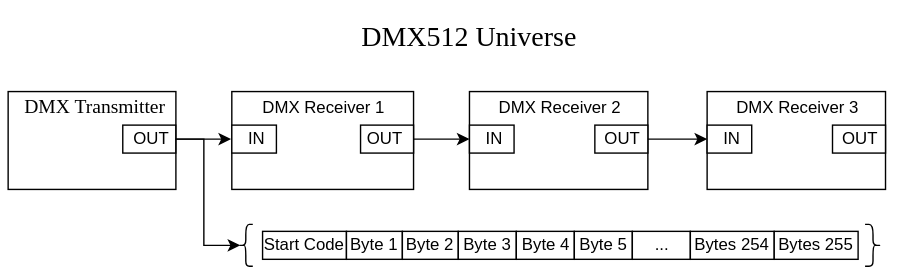
jfcbooth/block_diagrams keeps this draw.io diagram as DMX_data.drawio.svg. Above is the earlier version. Source tidied: cells renumbered, new cells last; positions are measured from the earlier drawing's top-left corner, leaving out a move shared by most shapes. The source it was exported from:
```xml
<mxGraphModel>
  <root>
    <mxCell id="0" />
    <mxCell id="1" parent="0" />
    <mxCell id="2" value="&lt;font face=&quot;Calibri&quot; style=&quot;font-size: 20px;&quot;&gt;DMX512 Universe&lt;/font&gt;" style="text;html=1;strokeColor=none;fillColor=none;align=center;verticalAlign=middle;whiteSpace=wrap;rounded=0;" parent="1" vertex="1">
      <mxGeometry x="245" width="170" height="40" as="geometry" />
    </mxCell>
    <mxCell id="3" style="group;" parent="1" vertex="1">
      <mxGeometry x="160" y="60" width="130" height="70" as="geometry" />
    </mxCell>
    <mxCell id="4" style="rounded=0;whiteSpace=wrap;html=1;" parent="3" vertex="1">
      <mxGeometry width="130" height="70" as="geometry" />
    </mxCell>
    <mxCell id="5" value="&lt;div align=&quot;center&quot;&gt;DMX Receiver 1&lt;br&gt;&lt;/div&gt;" style="text;whiteSpace=wrap;html=1;align=center;" parent="3" vertex="1">
      <mxGeometry x="1" y="-2" width="130" height="30" as="geometry" />
    </mxCell>
    <mxCell id="6" style="group;" parent="3" vertex="1">
      <mxGeometry y="20" width="31.9" height="24" as="geometry" />
    </mxCell>
    <mxCell id="7" style="group;" parent="6" vertex="1">
      <mxGeometry width="31.9" height="24" as="geometry" />
    </mxCell>
    <mxCell id="8" style="rounded=0;whiteSpace=wrap;html=1;" parent="7" vertex="1">
      <mxGeometry y="4" width="31.9" height="20" as="geometry" />
    </mxCell>
    <mxCell id="9" value="&lt;div align=&quot;justify&quot;&gt;IN&lt;/div&gt;" style="text;whiteSpace=wrap;html=1;" parent="7" vertex="1">
      <mxGeometry x="9.6" width="16" height="20" as="geometry" />
    </mxCell>
    <mxCell id="10" style="rounded=0;whiteSpace=wrap;html=1;" parent="3" vertex="1">
      <mxGeometry x="92.1" y="24" width="37.9" height="20" as="geometry" />
    </mxCell>
    <mxCell id="11" style="edgeStyle=orthogonalEdgeStyle;rounded=0;jettySize=auto;html=1;exitX=1;exitY=0.5;exitDx=0;exitDy=0;entryX=0;entryY=0.5;entryDx=0;entryDy=0;" parent="1" edge="1" source="10" target="20">
      <mxGeometry relative="1" as="geometry" />
    </mxCell>
    <mxCell id="12" style="group;" parent="1" vertex="1">
      <mxGeometry x="330" y="60" width="130" height="70" as="geometry" />
    </mxCell>
    <mxCell id="13" style="rounded=0;whiteSpace=wrap;html=1;" parent="12" vertex="1">
      <mxGeometry width="127.6" height="70" as="geometry" />
    </mxCell>
    <mxCell id="14" value="&lt;div align=&quot;center&quot;&gt;DMX Receiver 2&lt;br&gt;&lt;/div&gt;" style="text;whiteSpace=wrap;html=1;align=center;" parent="12" vertex="1">
      <mxGeometry y="-2" width="130" height="30" as="geometry" />
    </mxCell>
    <mxCell id="15" style="group;" parent="12" vertex="1">
      <mxGeometry x="99.7" y="20" width="30.3" height="24" as="geometry" />
    </mxCell>
    <mxCell id="16" style="rounded=0;whiteSpace=wrap;html=1;" parent="15" vertex="1">
      <mxGeometry x="-10" y="4" width="37.9" height="20" as="geometry" />
    </mxCell>
    <mxCell id="17" value="&lt;div align=&quot;justify&quot;&gt;OUT&lt;/div&gt;" style="text;whiteSpace=wrap;html=1;" parent="15" vertex="1">
      <mxGeometry x="-5" width="27.9" height="10" as="geometry" />
    </mxCell>
    <mxCell id="18" style="group;" parent="12" vertex="1">
      <mxGeometry y="20" width="31.9" height="24" as="geometry" />
    </mxCell>
    <mxCell id="19" style="group;" parent="18" vertex="1">
      <mxGeometry width="31.9" height="24" as="geometry" />
    </mxCell>
    <mxCell id="20" style="rounded=0;whiteSpace=wrap;html=1;" parent="19" vertex="1">
      <mxGeometry y="4" width="31.9" height="20" as="geometry" />
    </mxCell>
    <mxCell id="21" value="&lt;div align=&quot;justify&quot;&gt;IN&lt;/div&gt;" style="text;whiteSpace=wrap;html=1;" parent="19" vertex="1">
      <mxGeometry x="9.6" width="16" height="20" as="geometry" />
    </mxCell>
    <mxCell id="22" style="group;" parent="1" vertex="1">
      <mxGeometry x="500" y="60" width="130" height="70" as="geometry" />
    </mxCell>
    <mxCell id="23" style="rounded=0;whiteSpace=wrap;html=1;" parent="22" vertex="1">
      <mxGeometry width="127.6" height="70" as="geometry" />
    </mxCell>
    <mxCell id="24" value="&lt;div align=&quot;center&quot;&gt;DMX Receiver 3&lt;br&gt;&lt;/div&gt;" style="text;whiteSpace=wrap;html=1;align=center;" parent="22" vertex="1">
      <mxGeometry y="-2" width="130" height="30" as="geometry" />
    </mxCell>
    <mxCell id="25" style="group;" parent="22" vertex="1">
      <mxGeometry x="99.7" y="20" width="30.3" height="24" as="geometry" />
    </mxCell>
    <mxCell id="26" style="rounded=0;whiteSpace=wrap;html=1;" parent="25" vertex="1">
      <mxGeometry x="-10" y="4" width="37.9" height="20" as="geometry" />
    </mxCell>
    <mxCell id="27" value="&lt;div align=&quot;justify&quot;&gt;OUT&lt;/div&gt;" style="text;whiteSpace=wrap;html=1;" parent="25" vertex="1">
      <mxGeometry x="-5" width="27.9" height="10" as="geometry" />
    </mxCell>
    <mxCell id="28" style="group;" parent="22" vertex="1">
      <mxGeometry y="20" width="31.9" height="24" as="geometry" />
    </mxCell>
    <mxCell id="29" style="group;" parent="28" vertex="1">
      <mxGeometry width="31.9" height="24" as="geometry" />
    </mxCell>
    <mxCell id="30" style="rounded=0;whiteSpace=wrap;html=1;" parent="29" vertex="1">
      <mxGeometry y="4" width="31.9" height="20" as="geometry" />
    </mxCell>
    <mxCell id="31" value="&lt;div align=&quot;justify&quot;&gt;IN&lt;/div&gt;" style="text;whiteSpace=wrap;html=1;" parent="29" vertex="1">
      <mxGeometry x="9.6" width="16" height="20" as="geometry" />
    </mxCell>
    <mxCell id="32" style="edgeStyle=orthogonalEdgeStyle;rounded=0;jettySize=auto;html=1;exitX=1;exitY=0.5;exitDx=0;exitDy=0;entryX=0;entryY=0.5;entryDx=0;entryDy=0;" parent="1" edge="1" source="16" target="30">
      <mxGeometry relative="1" as="geometry" />
    </mxCell>
    <mxCell id="33" style="group;" parent="1" vertex="1">
      <mxGeometry y="60" width="157.9" height="70" as="geometry" />
    </mxCell>
    <mxCell id="34" style="rounded=0;whiteSpace=wrap;html=1;" parent="33" vertex="1">
      <mxGeometry width="120" height="70" as="geometry" />
    </mxCell>
    <mxCell id="35" style="rounded=0;whiteSpace=wrap;html=1;" parent="33" vertex="1">
      <mxGeometry x="82" y="24" width="37.9" height="20" as="geometry" />
    </mxCell>
    <mxCell id="36" style="group;" parent="33" vertex="1">
      <mxGeometry x="85" y="20" width="38" height="30" as="geometry" />
    </mxCell>
    <mxCell id="37" value="&lt;div align=&quot;justify&quot;&gt;OUT&lt;/div&gt;" style="text;whiteSpace=wrap;html=1;" parent="36" vertex="1">
      <mxGeometry x="3" width="35" height="20" as="geometry" />
    </mxCell>
    <mxCell id="38" style="edgeStyle=orthogonalEdgeStyle;rounded=0;orthogonalLoop=1;jettySize=auto;html=1;exitX=0.5;exitY=1;exitDx=0;exitDy=0;" parent="36" edge="1" source="37" target="37">
      <mxGeometry relative="1" as="geometry" />
    </mxCell>
    <mxCell id="39" value="&lt;div align=&quot;justify&quot;&gt;OUT&lt;/div&gt;" style="text;whiteSpace=wrap;html=1;" parent="1" vertex="1">
      <mxGeometry x="254.7" y="80" width="27.9" height="10" as="geometry" />
    </mxCell>
    <mxCell id="40" style="edgeStyle=orthogonalEdgeStyle;rounded=0;jettySize=auto;html=1;exitX=1;exitY=0.5;exitDx=0;exitDy=0;entryX=-0.018;entryY=0.501;entryDx=0;entryDy=0;entryPerimeter=0;" parent="1" edge="1" source="35" target="8">
      <mxGeometry relative="1" as="geometry" />
    </mxCell>
    <mxCell id="41" style="shape=curlyBracket;whiteSpace=wrap;html=1;rounded=1;labelPosition=left;verticalLabelPosition=middle;align=right;verticalAlign=middle;size=0.5;" parent="1" vertex="1">
      <mxGeometry x="165" y="155" width="10" height="30" as="geometry" />
    </mxCell>
    <mxCell id="42" style="edgeStyle=orthogonalEdgeStyle;rounded=0;jettySize=auto;html=1;exitX=1;exitY=0.5;exitDx=0;exitDy=0;entryX=0.1;entryY=0.5;entryDx=0;entryDy=0;entryPerimeter=0;" parent="1" edge="1" source="35" target="41">
      <mxGeometry relative="1" as="geometry">
        <Array as="points">
          <mxPoint x="140" y="94" />
          <mxPoint x="140" y="170" />
        </Array>
      </mxGeometry>
    </mxCell>
    <mxCell id="43" value="Start Code" style="rounded=0;whiteSpace=wrap;html=1;" parent="1" vertex="1">
      <mxGeometry x="182" y="160" width="60" height="20" as="geometry" />
    </mxCell>
    <mxCell id="44" value="Byte 1" style="rounded=0;whiteSpace=wrap;html=1;" parent="1" vertex="1">
      <mxGeometry x="242" y="160" width="40" height="20" as="geometry" />
    </mxCell>
    <mxCell id="45" value="Byte 2" style="rounded=0;whiteSpace=wrap;html=1;" parent="1" vertex="1">
      <mxGeometry x="282" y="160" width="40" height="20" as="geometry" />
    </mxCell>
    <mxCell id="46" value="Byte 3" style="rounded=0;whiteSpace=wrap;html=1;" parent="1" vertex="1">
      <mxGeometry x="322" y="160" width="41.5" height="20" as="geometry" />
    </mxCell>
    <mxCell id="47" value="Byte 4" style="rounded=0;whiteSpace=wrap;html=1;" parent="1" vertex="1">
      <mxGeometry x="363.5" y="160" width="41.5" height="20" as="geometry" />
    </mxCell>
    <mxCell id="48" value="Byte 5" style="rounded=0;whiteSpace=wrap;html=1;" parent="1" vertex="1">
      <mxGeometry x="405" y="160" width="41.5" height="20" as="geometry" />
    </mxCell>
    <mxCell id="49" value="..." style="rounded=0;whiteSpace=wrap;html=1;" parent="1" vertex="1">
      <mxGeometry x="446.5" y="160" width="41.5" height="20" as="geometry" />
    </mxCell>
    <mxCell id="50" value="Bytes 254" style="rounded=0;whiteSpace=wrap;html=1;" parent="1" vertex="1">
      <mxGeometry x="488" y="160" width="60" height="20" as="geometry" />
    </mxCell>
    <mxCell id="51" value="Bytes 255" style="rounded=0;whiteSpace=wrap;html=1;" parent="1" vertex="1">
      <mxGeometry x="548" y="160" width="60" height="20" as="geometry" />
    </mxCell>
    <mxCell id="52" style="shape=curlyBracket;whiteSpace=wrap;html=1;rounded=1;flipH=1;labelPosition=right;verticalLabelPosition=middle;align=left;verticalAlign=middle;" parent="1" vertex="1">
      <mxGeometry x="613" y="155" width="11.3" height="30" as="geometry" />
    </mxCell>
    <mxCell id="53" value="&lt;div style=&quot;font-size: 14px;&quot; align=&quot;center&quot;&gt;&lt;font face=&quot;Calibri&quot; style=&quot;font-size: 14px;&quot;&gt;DMX Transmitter&lt;/font&gt;&lt;/div&gt;" style="text;whiteSpace=wrap;html=1;" parent="1" vertex="1">
      <mxGeometry x="10" y="56" width="105" height="60" as="geometry" />
    </mxCell>
  </root>
</mxGraphModel>
```
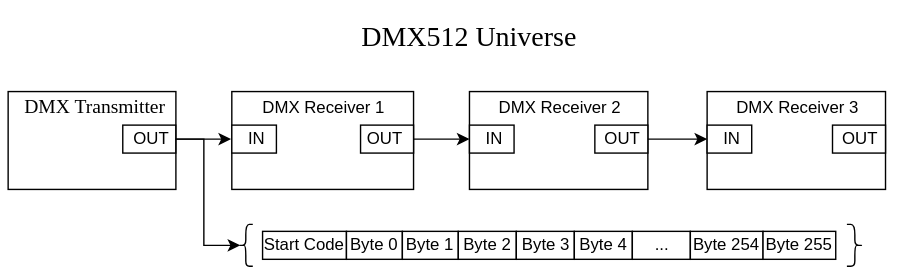
After the commit.

Diff of the diagram source:
```diff
@@ -133,32 +133,32 @@
     <mxCell id="43" value="Start Code" style="rounded=0;whiteSpace=wrap;html=1;" parent="1" vertex="1">
       <mxGeometry x="182" y="160" width="60" height="20" as="geometry" />
     </mxCell>
-    <mxCell id="44" value="Byte 1" style="rounded=0;whiteSpace=wrap;html=1;" parent="1" vertex="1">
+    <mxCell id="44" value="Byte 0" style="rounded=0;whiteSpace=wrap;html=1;" parent="1" vertex="1">
       <mxGeometry x="242" y="160" width="40" height="20" as="geometry" />
     </mxCell>
-    <mxCell id="45" value="Byte 2" style="rounded=0;whiteSpace=wrap;html=1;" parent="1" vertex="1">
+    <mxCell id="45" value="Byte 1" style="rounded=0;whiteSpace=wrap;html=1;" parent="1" vertex="1">
       <mxGeometry x="282" y="160" width="40" height="20" as="geometry" />
     </mxCell>
-    <mxCell id="46" value="Byte 3" style="rounded=0;whiteSpace=wrap;html=1;" parent="1" vertex="1">
+    <mxCell id="46" value="Byte 2" style="rounded=0;whiteSpace=wrap;html=1;" parent="1" vertex="1">
       <mxGeometry x="322" y="160" width="41.5" height="20" as="geometry" />
     </mxCell>
-    <mxCell id="47" value="Byte 4" style="rounded=0;whiteSpace=wrap;html=1;" parent="1" vertex="1">
+    <mxCell id="47" value="Byte 3" style="rounded=0;whiteSpace=wrap;html=1;" parent="1" vertex="1">
       <mxGeometry x="363.5" y="160" width="41.5" height="20" as="geometry" />
     </mxCell>
-    <mxCell id="48" value="Byte 5" style="rounded=0;whiteSpace=wrap;html=1;" parent="1" vertex="1">
+    <mxCell id="48" value="Byte 4" style="rounded=0;whiteSpace=wrap;html=1;" parent="1" vertex="1">
       <mxGeometry x="405" y="160" width="41.5" height="20" as="geometry" />
     </mxCell>
     <mxCell id="49" value="..." style="rounded=0;whiteSpace=wrap;html=1;" parent="1" vertex="1">
       <mxGeometry x="446.5" y="160" width="41.5" height="20" as="geometry" />
     </mxCell>
-    <mxCell id="50" value="Bytes 254" style="rounded=0;whiteSpace=wrap;html=1;" parent="1" vertex="1">
-      <mxGeometry x="488" y="160" width="60" height="20" as="geometry" />
+    <mxCell id="50" value="Byte 254" style="rounded=0;whiteSpace=wrap;html=1;" parent="1" vertex="1">
+      <mxGeometry x="488" y="160" width="52" height="20" as="geometry" />
     </mxCell>
-    <mxCell id="51" value="Bytes 255" style="rounded=0;whiteSpace=wrap;html=1;" parent="1" vertex="1">
-      <mxGeometry x="548" y="160" width="60" height="20" as="geometry" />
+    <mxCell id="51" value="Byte 255" style="rounded=0;whiteSpace=wrap;html=1;" parent="1" vertex="1">
+      <mxGeometry x="540" y="160" width="52" height="20" as="geometry" />
     </mxCell>
     <mxCell id="52" style="shape=curlyBracket;whiteSpace=wrap;html=1;rounded=1;flipH=1;labelPosition=right;verticalLabelPosition=middle;align=left;verticalAlign=middle;" parent="1" vertex="1">
-      <mxGeometry x="613" y="155" width="11.3" height="30" as="geometry" />
+      <mxGeometry x="600" y="155" width="11.3" height="30" as="geometry" />
     </mxCell>
     <mxCell id="53" value="&lt;div style=&quot;font-size: 14px;&quot; align=&quot;center&quot;&gt;&lt;font face=&quot;Calibri&quot; style=&quot;font-size: 14px;&quot;&gt;DMX Transmitter&lt;/font&gt;&lt;/div&gt;" style="text;whiteSpace=wrap;html=1;" parent="1" vertex="1">
       <mxGeometry x="10" y="56" width="105" height="60" as="geometry" />
```
